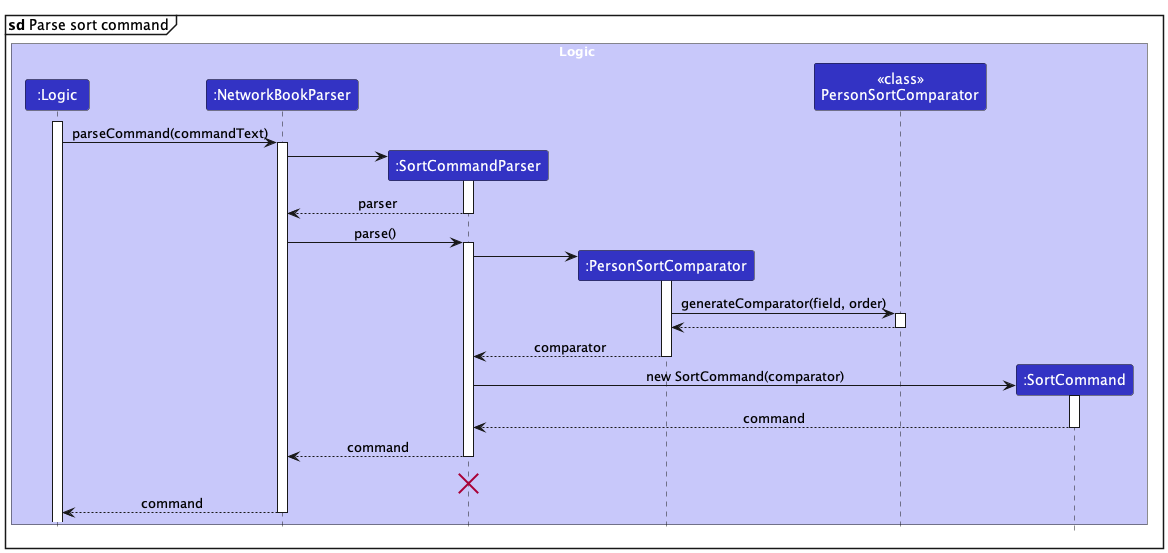
Earlier version of the PlantUML export docs/images/SortingParsingSequenceDiagram.png (nus-cs2103-AY2324S1/tp).
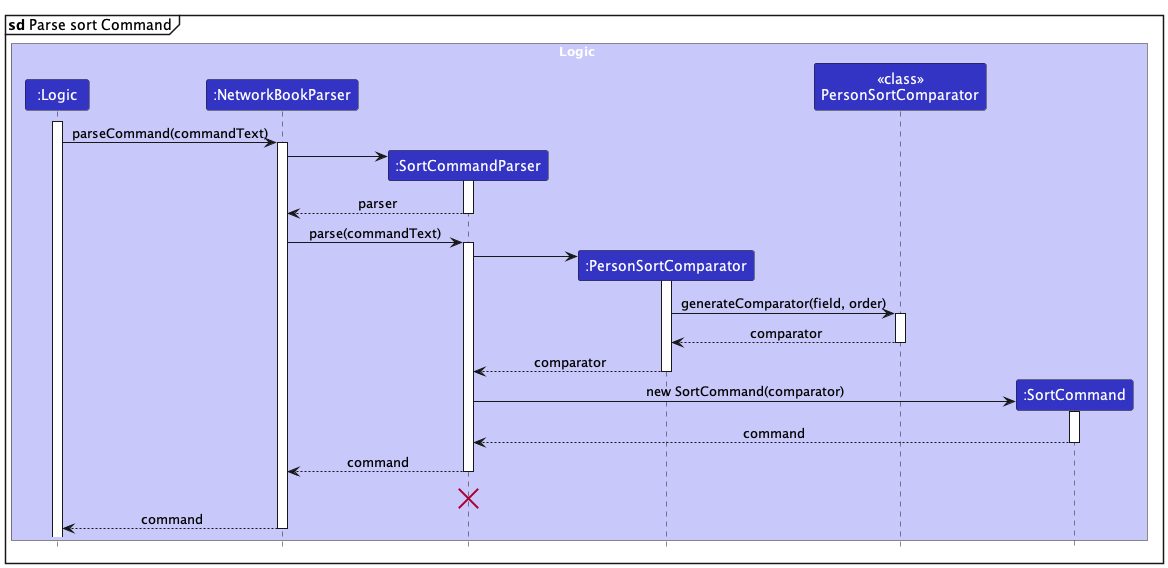
After the change.

Commit message:
Improve parser sequence diagram

Change to the diagram source:
```diff
@@ -2,59 +2,59 @@
 !include style.puml
 skinparam ArrowFontStyle plain
 
-mainframe **sd** Parse sort command
+mainframe **sd** Parse sort Command
 
 box Logic LOGIC_COLOR_T1
-Participant ":Logic" as logic LOGIC_COLOR
-Participant ":NetworkBookParser" as mainParser LOGIC_COLOR
-Participant ":SortCommandParser" as commandParser LOGIC_COLOR
-Participant ":PersonSortComparator" as comparator LOGIC_COLOR
-Participant "<<class>>\nPersonSortComparator" as comparatorClass LOGIC_COLOR
-Participant ":SortCommand" as command LOGIC_COLOR
+Participant ":Logic" as Logic LOGIC_COLOR
+Participant ":NetworkBookParser" as MainParser LOGIC_COLOR
+Participant ":SortCommandParser" as CommandParser LOGIC_COLOR
+Participant ":PersonSortComparator" as Comparator LOGIC_COLOR
+Participant "<<class>>\nPersonSortComparator" as ComparatorClass LOGIC_COLOR
+Participant ":SortCommand" as Command LOGIC_COLOR
 end box
 
-activate logic
+activate Logic
 
-logic -> mainParser : parseCommand(commandText)
-activate mainParser
+Logic -> MainParser : parseCommand(commandText)
+activate MainParser
 
-create commandParser
-mainParser -> commandParser
-activate commandParser
+create CommandParser
+MainParser -> CommandParser
+activate CommandParser
 
-commandParser --> mainParser : parser
-deactivate commandParser
+CommandParser --> MainParser : parser
+deactivate CommandParser
 
-mainParser -> commandParser : parse()
-activate commandParser
+MainParser -> CommandParser : parse(commandText)
+activate CommandParser
 
-create comparator
-commandParser -> comparator
-activate comparator
+create Comparator
+CommandParser -> Comparator
+activate Comparator
 
-comparator -> comparatorClass : generateComparator(field, order)
-activate comparatorClass
+Comparator -> ComparatorClass : generateComparator(field, order)
+activate ComparatorClass
 
-comparatorClass --> comparator
-deactivate comparatorClass
+ComparatorClass --> Comparator : comparator
+deactivate ComparatorClass
 
-comparator --> commandParser : comparator
-deactivate comparator
+Comparator --> CommandParser : comparator
+deactivate Comparator
 
-create command
-commandParser -> command : new SortCommand(comparator)
-activate command
+create Command
+CommandParser -> Command : new SortCommand(comparator)
+activate Command
 
-command --> commandParser : command
-deactivate command
+Command --> CommandParser : command
+deactivate Command
 
-commandParser --> mainParser : command
-deactivate commandParser
+CommandParser --> MainParser : command
+deactivate CommandParser
 
-commandParser -[hidden]-> commandParser
-destroy commandParser
+CommandParser -[hidden]-> CommandParser
+destroy CommandParser
 
-mainParser --> logic : command
-deactivate mainParser
+MainParser --> Logic : command
+deactivate MainParser
 
 @enduml
```
